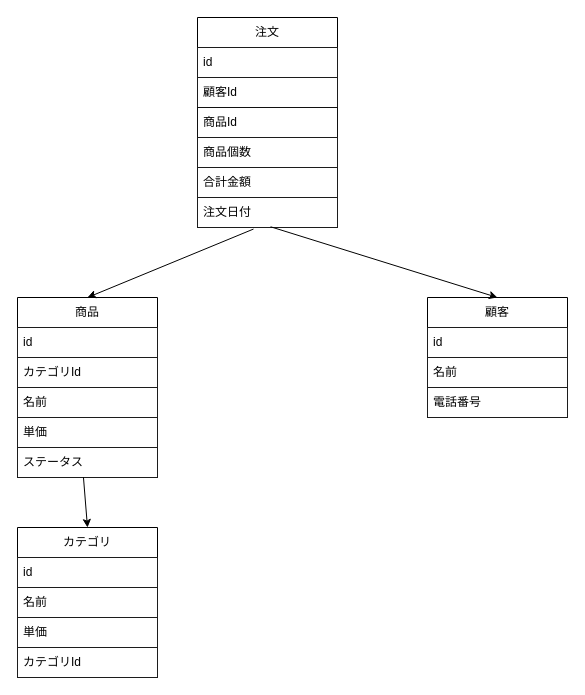
The draw.io diagram docs/Lesson1/lesson1.drawio in renokazaki/ERD-Lesson, before the edit. Source tidied: cells renumbered, new cells numbered last; positions are measured from the earlier drawing's top-left corner, leaving out a move shared by most shapes. Both pictures are drawn from the tidied source at 100%, with x=0, y=0 at pixel (17, 17).
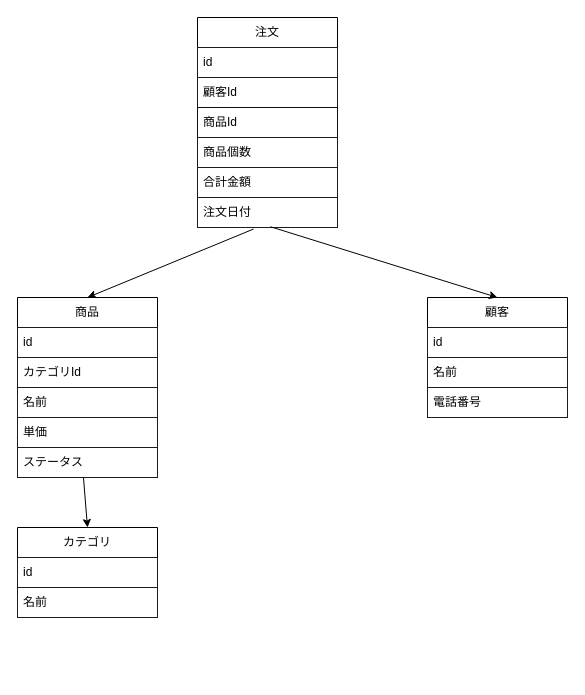
The same page after the edit.

The edit, as a diff of the source:
```diff
@@
     <mxCell id="21" value="カテゴリ" style="swimlane;fontStyle=0;horizontal=1;startSize=30;whiteSpace=wrap;html=1;" parent="1" vertex="1">
-      <mxGeometry y="510" width="140" height="150" as="geometry" />
+      <mxGeometry y="510" width="140" height="90" as="geometry" />
     </mxCell>
@@
-    <mxCell id="24" value="単価" style="text;strokeColor=#1C1C1C;fillColor=none;align=left;verticalAlign=middle;spacingLeft=4;spacingRight=4;overflow=hidden;whiteSpace=wrap;html=1;" parent="21" vertex="1">
-      <mxGeometry y="90" width="140" height="30" as="geometry" />
-    </mxCell>
-    <mxCell id="25" value="カテゴリId" style="text;strokeColor=#1C1C1C;fillColor=none;align=left;verticalAlign=middle;spacingLeft=4;spacingRight=4;overflow=hidden;whiteSpace=wrap;html=1;" parent="21" vertex="1">
-      <mxGeometry y="120" width="140" height="30" as="geometry" />
-    </mxCell>
```
